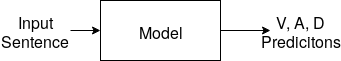
Above: litImgs/initialFlow.png in tamara-h/Dissertation (draw.io), before the change. Source tidied: cells renumbered, new cells last; positions are measured from the earlier drawing's top-left corner, leaving out a move shared by most shapes.
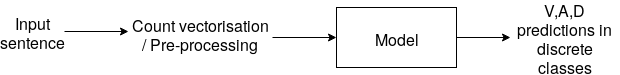
Above is the later version.

Change to the diagram source:
```diff
@@ -2,20 +2,30 @@
   <root>
     <mxCell id="0" />
     <mxCell id="1" parent="0" />
-    <mxCell id="2" style="edgeStyle=orthogonalEdgeStyle;rounded=0;jettySize=auto;html=1;fontSize=16;" parent="1" edge="1" source="3" target="5">
-      <mxGeometry relative="1" as="geometry" />
+    <mxCell id="2" style="edgeStyle=orthogonalEdgeStyle;rounded=0;jettySize=auto;html=1;entryX=0;entryY=0.5;entryDx=0;entryDy=0;fontSize=16;" parent="1" edge="1" source="3">
+      <mxGeometry relative="1" as="geometry">
+        <mxPoint x="40" y="-44" as="targetPoint" />
+      </mxGeometry>
     </mxCell>
-    <mxCell id="3" value="&lt;div&gt;Input&lt;/div&gt;&lt;div&gt;Sentence&lt;br&gt;&lt;/div&gt;" style="text;html=1;strokeColor=none;fillColor=none;align=center;verticalAlign=middle;whiteSpace=wrap;rounded=0;fontSize=16;" parent="1" vertex="1">
-      <mxGeometry y="10" width="70" height="40" as="geometry" />
+    <mxCell id="3" value="Input sentence" style="text;html=1;strokeColor=none;fillColor=none;align=center;verticalAlign=middle;whiteSpace=wrap;rounded=0;fontSize=16;" parent="1" vertex="1">
+      <mxGeometry x="-88" y="-68" width="64" height="48" as="geometry" />
     </mxCell>
     <mxCell id="4" style="edgeStyle=orthogonalEdgeStyle;rounded=0;jettySize=auto;html=1;fontSize=16;" parent="1" edge="1" source="5" target="6">
       <mxGeometry relative="1" as="geometry" />
     </mxCell>
     <mxCell id="5" value="Model" style="rounded=0;whiteSpace=wrap;html=1;fontSize=16;" parent="1" vertex="1">
-      <mxGeometry x="100" width="120" height="60" as="geometry" />
+      <mxGeometry x="248" y="-68" width="120" height="60" as="geometry" />
     </mxCell>
-    <mxCell id="6" value="V, A, D Predicitons" style="text;html=1;strokeColor=none;fillColor=none;align=center;verticalAlign=middle;whiteSpace=wrap;rounded=0;fontSize=16;" parent="1" vertex="1">
-      <mxGeometry x="270" y="20" width="60" height="20" as="geometry" />
+    <mxCell id="6" value="V,A,D predictions in discrete classes" style="text;html=1;strokeColor=none;fillColor=none;align=center;verticalAlign=middle;whiteSpace=wrap;rounded=0;fontSize=16;" parent="1" vertex="1">
+      <mxGeometry x="422" y="-48" width="109" height="20" as="geometry" />
     </mxCell>
+    <mxCell id="7" style="edgeStyle=orthogonalEdgeStyle;rounded=0;jettySize=auto;html=1;entryX=0;entryY=0.5;entryDx=0;entryDy=0;fontSize=16;" parent="1" edge="1" target="5">
+      <mxGeometry relative="1" as="geometry">
+        <mxPoint x="184" y="-38" as="sourcePoint" />
+      </mxGeometry>
+    </mxCell>
+    <mxCell id="8" value="Count vectorisation / Pre-processing" style="text;html=1;strokeColor=none;fillColor=none;align=center;verticalAlign=middle;whiteSpace=wrap;rounded=0;fontSize=16;" parent="1" vertex="1">
+      <mxGeometry x="40" y="-52" width="144" height="20" as="geometry" />
+    </mxCell>
   </root>
 </mxGraphModel>
```
